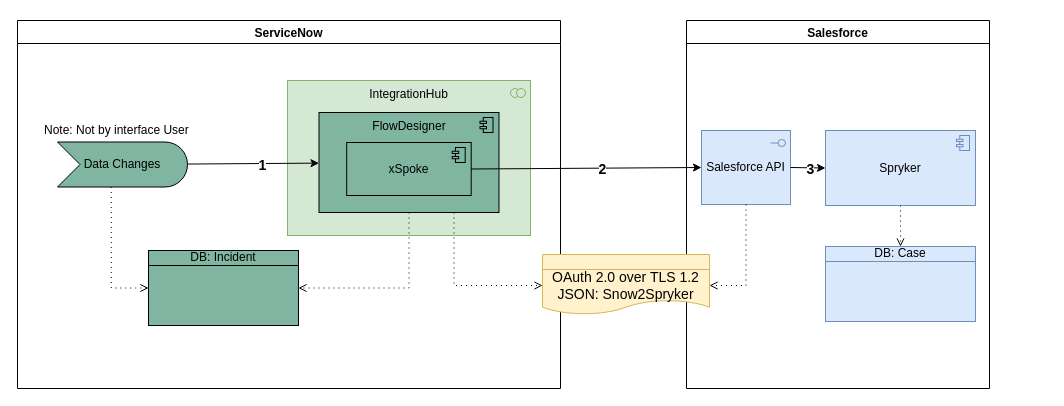
Above: page "Snow2Spryker" (1 of 3) of SNowSpryker.drawio in algimas/tmp (draw.io), before the change. Source tidied: cells renumbered, new cells numbered last; positions are measured from the earlier drawing's top-left corner, leaving out a move shared by most shapes. Both pictures are drawn from the tidied source at 100%, with x=0, y=0 at pixel (17, 20).
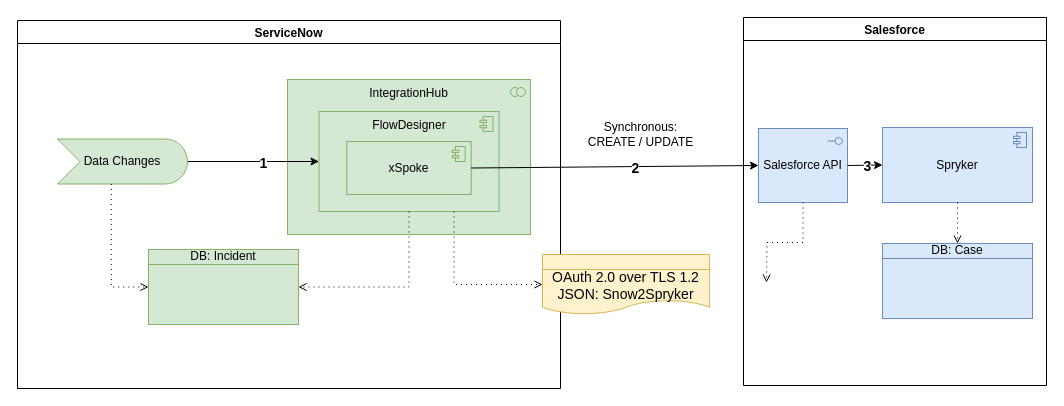
The same page after the edit.

Unchanged cells that the change refers to:
```xml
<mxCell id="9" value="ServiceNow" style="swimlane;" parent="1" vertex="1">
  <mxGeometry width="543" height="368" as="geometry" />
</mxCell>
<mxCell id="22" value="OAuth 2.0 over TLS 1.2&lt;br&gt;&lt;div&gt;JSON: Snow2Spryker&lt;/div&gt;" style="html=1;outlineConnect=0;whiteSpace=wrap;fillColor=#fff2cc;shape=mxgraph.archimate3.representation;fontSize=14;align=center;strokeColor=#d6b656;" parent="1" vertex="1">
  <mxGeometry x="525" y="234" width="167" height="62" as="geometry" />
</mxCell>
```

What changed in the source:
```diff
@@
     <mxCell id="2" value="Salesforce" style="swimlane;" parent="1" vertex="1">
-      <mxGeometry x="669" width="303" height="368" as="geometry" />
+      <mxGeometry x="726" y="-3" width="303" height="368" as="geometry" />
     </mxCell>
@@
     <mxCell id="4" value="Salesforce API" style="html=1;outlineConnect=0;whiteSpace=wrap;fillColor=#dae8fc;shape=mxgraph.archimate3.application;appType=interface;archiType=square;strokeColor=#6c8ebf;" parent="2" vertex="1">
-      <mxGeometry x="15" y="110" width="89" height="74" as="geometry" />
+      <mxGeometry x="15" y="111" width="89" height="74" as="geometry" />
     </mxCell>
@@
     <mxCell id="10" value="IntegrationHub" style="html=1;whiteSpace=wrap;fillColor=#d5e8d4;shape=mxgraph.archimate3.application;appType=collab;archiType=square;verticalAlign=top;strokeColor=#82b366;" parent="9" vertex="1">
-      <mxGeometry x="270" y="60" width="243" height="155" as="geometry" />
+      <mxGeometry x="270" y="59" width="243" height="155" as="geometry" />
     </mxCell>
-    <mxCell id="11" value="FlowDesigner" style="html=1;outlineConnect=0;whiteSpace=wrap;fillColor=#80b6a1;shape=mxgraph.archimate3.application;appType=comp;archiType=square;verticalAlign=top;" parent="9" vertex="1">
-      <mxGeometry x="301.5" y="92" width="180" height="100" as="geometry" />
+    <mxCell id="11" value="FlowDesigner" style="html=1;outlineConnect=0;whiteSpace=wrap;fillColor=#d5e8d4;shape=mxgraph.archimate3.application;appType=comp;archiType=square;verticalAlign=top;strokeColor=#82b366;" parent="9" vertex="1">
+      <mxGeometry x="301.5" y="91" width="180" height="100" as="geometry" />
     </mxCell>
-    <mxCell id="12" value="xSpoke" style="html=1;outlineConnect=0;whiteSpace=wrap;fillColor=#80b6a1;shape=mxgraph.archimate3.application;appType=comp;archiType=square;verticalAlign=middle;" parent="9" vertex="1">
-      <mxGeometry x="329.2" y="122" width="124.5" height="53" as="geometry" />
+    <mxCell id="12" value="xSpoke" style="html=1;outlineConnect=0;whiteSpace=wrap;fillColor=#d5e8d4;shape=mxgraph.archimate3.application;appType=comp;archiType=square;verticalAlign=middle;strokeColor=#82b366;" parent="9" vertex="1">
+      <mxGeometry x="329.2" y="121" width="124.5" height="53" as="geometry" />
     </mxCell>
-    <mxCell id="13" value="Note: Not by interface User" style="text;html=1;align=left;verticalAlign=middle;strokeColor=none;fillColor=none;" parent="9" vertex="1">
-      <mxGeometry x="25" y="101" width="155" height="18" as="geometry" />
-    </mxCell>
-    <mxCell id="14" value="DB: Incident" style="html=1;outlineConnect=0;whiteSpace=wrap;fillColor=#80b6a1;shape=mxgraph.archimate3.businessObject;overflow=fill;" parent="9" vertex="1">
-      <mxGeometry x="131" y="230" width="150" height="75" as="geometry" />
+    <mxCell id="14" value="DB: Incident" style="html=1;outlineConnect=0;whiteSpace=wrap;fillColor=#d5e8d4;shape=mxgraph.archimate3.businessObject;overflow=fill;strokeColor=#82b366;" parent="9" vertex="1">
+      <mxGeometry x="131" y="229" width="150" height="75" as="geometry" />
     </mxCell>
@@
-    <mxCell id="18" value="Data Changes" style="html=1;outlineConnect=0;whiteSpace=wrap;fillColor=#80b6a1;shape=mxgraph.archimate3.event;" parent="1" vertex="1">
-      <mxGeometry x="40" y="121.5" width="130" height="45" as="geometry" />
+    <mxCell id="18" value="Data Changes" style="html=1;outlineConnect=0;whiteSpace=wrap;fillColor=#d5e8d4;shape=mxgraph.archimate3.event;strokeColor=#82b366;" parent="1" vertex="1">
+      <mxGeometry x="40" y="118.5" width="130" height="45" as="geometry" />
     </mxCell>
@@
-    <mxCell id="23" style="edgeStyle=orthogonalEdgeStyle;html=1;endArrow=open;elbow=vertical;endFill=0;dashed=1;dashPattern=1 4;rounded=0;exitX=0.75;exitY=1;exitDx=0;exitDy=0;exitPerimeter=0;fillColor=#80b6a1;entryX=0;entryY=0.5;entryDx=0;entryDy=0;entryPerimeter=0;" parent="1" edge="1" source="11" target="22">
-      <mxGeometry relative="1" as="geometry" />
+    <mxCell id="23" style="edgeStyle=orthogonalEdgeStyle;html=1;endArrow=open;elbow=vertical;endFill=0;dashed=1;dashPattern=1 4;rounded=0;exitX=0.75;exitY=1;exitDx=0;exitDy=0;exitPerimeter=0;fillColor=#80b6a1;" parent="1" edge="1" source="11">
+      <mxGeometry relative="1" as="geometry">
+        <mxPoint x="525" y="264" as="targetPoint" />
+        <Array as="points">
+          <mxPoint x="437" y="264" />
+        </Array>
+      </mxGeometry>
     </mxCell>
-    <mxCell id="24" style="edgeStyle=orthogonalEdgeStyle;html=1;endArrow=open;elbow=vertical;endFill=0;dashed=1;dashPattern=1 4;rounded=0;exitX=0.5;exitY=1;exitDx=0;exitDy=0;exitPerimeter=0;entryX=1;entryY=0.5;entryDx=0;entryDy=0;entryPerimeter=0;fillColor=#80b6a1;" parent="1" edge="1" source="4" target="22">
-      <mxGeometry relative="1" as="geometry" />
+    <mxCell id="24" style="edgeStyle=orthogonalEdgeStyle;html=1;endArrow=open;elbow=vertical;endFill=0;dashed=1;dashPattern=1 4;rounded=0;exitX=0.5;exitY=1;exitDx=0;exitDy=0;exitPerimeter=0;entryX=1;entryY=0.5;entryDx=0;entryDy=0;entryPerimeter=0;fillColor=#80b6a1;" parent="1" edge="1" source="4">
+      <mxGeometry relative="1" as="geometry">
+        <mxPoint x="749" y="262" as="targetPoint" />
+      </mxGeometry>
     </mxCell>
+    <mxCell id="25" value="&lt;div&gt;Synchronous: &lt;br&gt;&lt;/div&gt;&lt;div&gt;CREATE / UPDATE&lt;/div&gt;" style="text;html=1;align=center;verticalAlign=middle;strokeColor=none;fillColor=none;" parent="1" vertex="1">
+      <mxGeometry x="565" y="98" width="116" height="32" as="geometry" />
+    </mxCell>
```
